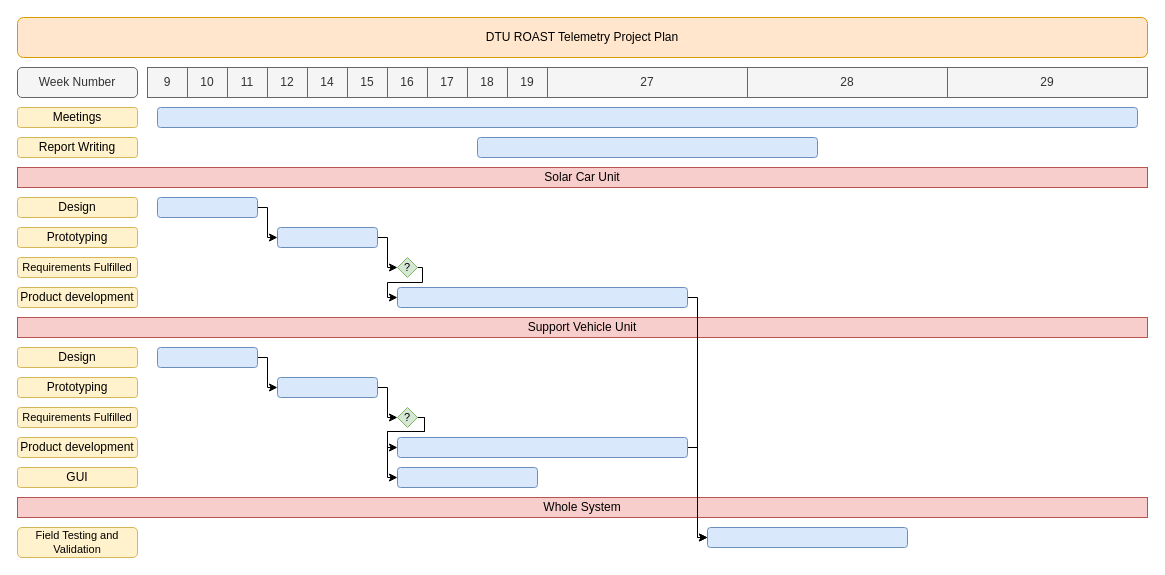
Above: documentation/projectPlan.drawio in tjarker/Telemetry (draw.io), before the change. Source tidied: cells renumbered, new cells numbered last; positions are measured from the earlier drawing's top-left corner, leaving out a move shared by most shapes. Both pictures are drawn from the tidied source at 100%, with x=0, y=0 at pixel (17, 17).
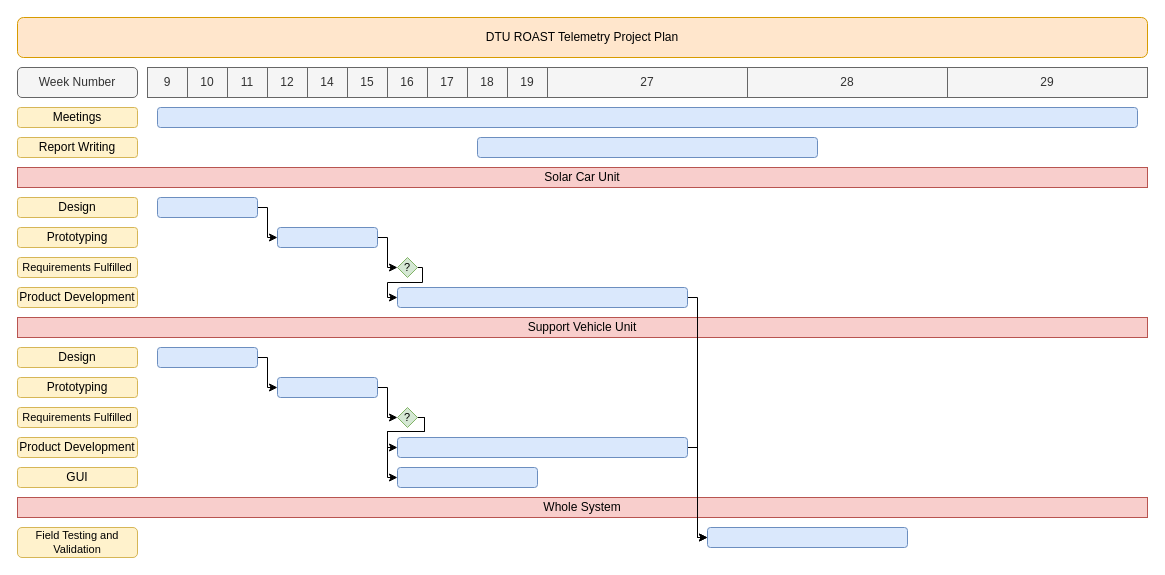
The same page after the edit.

Change to the diagram source:
```diff
@@
-    <mxCell id="24" value="Product development" style="rounded=1;whiteSpace=wrap;html=1;fillColor=#fff2cc;strokeColor=#d6b656;" parent="1" vertex="1">
+    <mxCell id="24" value="Product Development" style="rounded=1;whiteSpace=wrap;html=1;fillColor=#fff2cc;strokeColor=#d6b656;" parent="1" vertex="1">
       <mxGeometry y="270" width="120" height="20" as="geometry" />
     </mxCell>
@@
-    <mxCell id="29" value="Product development" style="rounded=1;whiteSpace=wrap;html=1;fillColor=#fff2cc;strokeColor=#d6b656;" parent="1" vertex="1">
+    <mxCell id="29" value="Product Development" style="rounded=1;whiteSpace=wrap;html=1;fillColor=#fff2cc;strokeColor=#d6b656;" parent="1" vertex="1">
       <mxGeometry y="420" width="120" height="20" as="geometry" />
     </mxCell>
```
